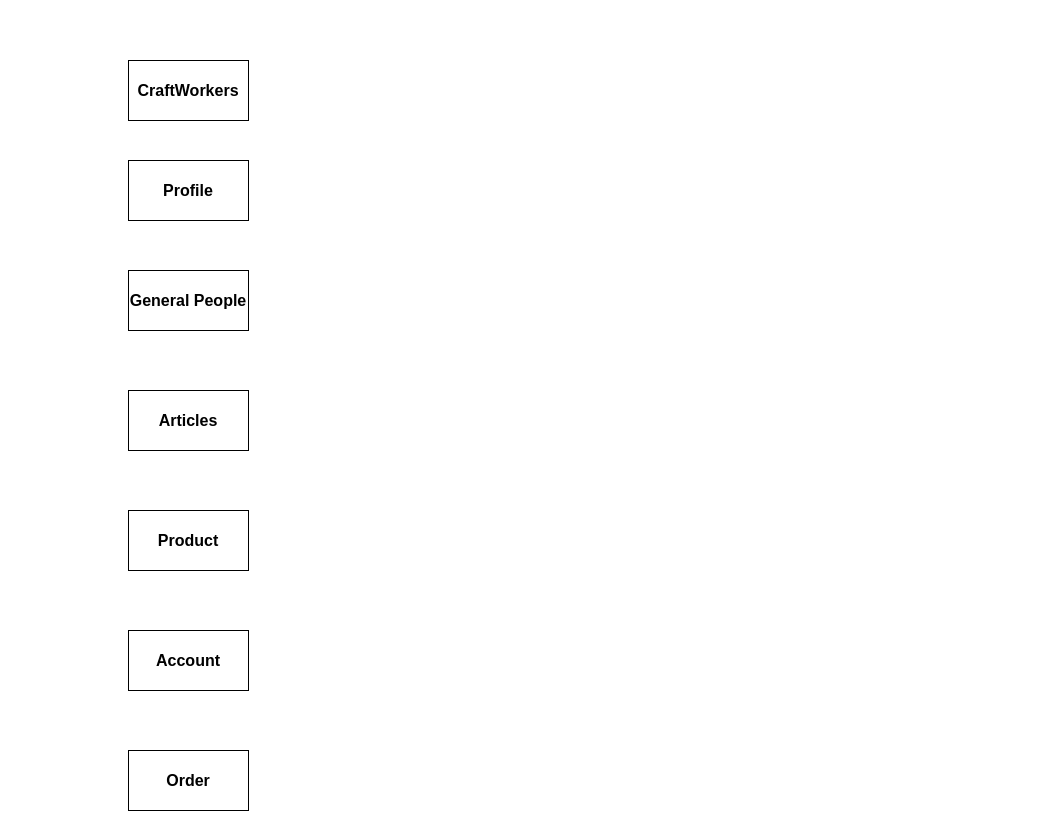
Before: erd.drawio in Fatema-A-Ferdaus/se231, a draw.io diagram. Source tidied: cells renumbered, new cells numbered last; positions are measured from the earlier drawing's top-left corner, leaving out a move shared by most shapes. Both pictures are drawn from the tidied source at 100%, with x=0, y=0 at pixel (128, 60).
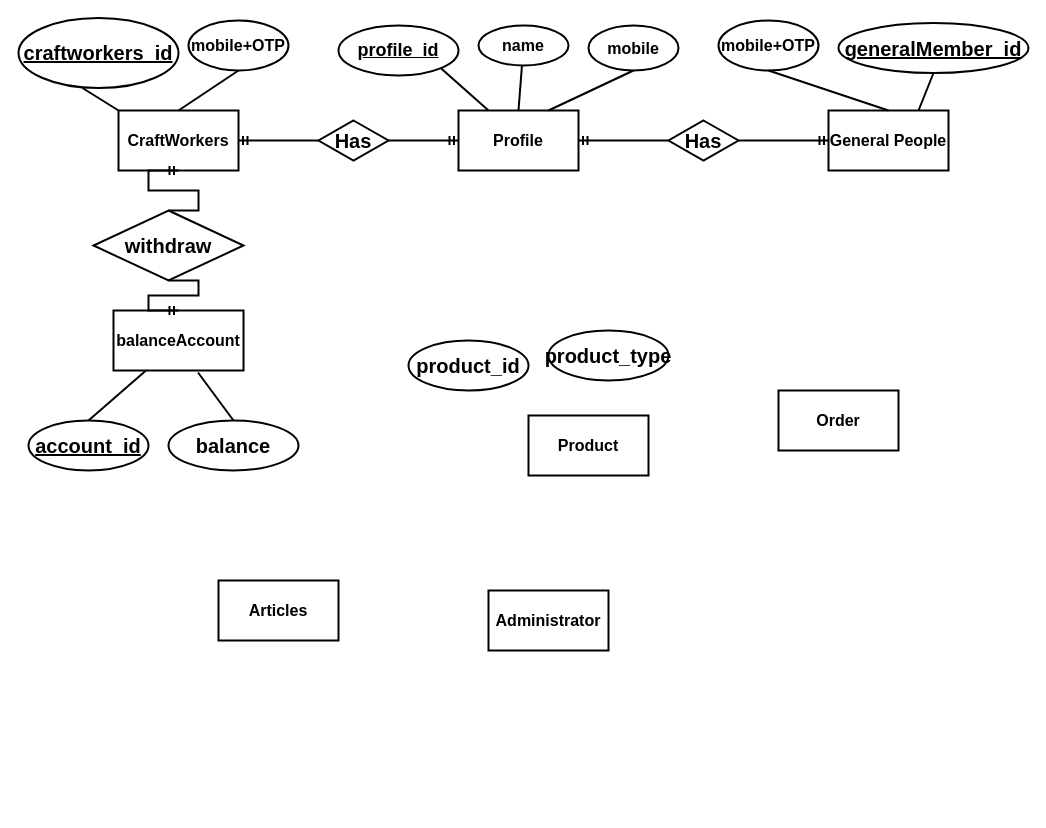
The same diagram, later.

What changed in the source:
```diff
@@
-    <mxCell id="2" value="&lt;b&gt;&lt;font style=&quot;font-size: 16px&quot;&gt;CraftWorkers&lt;/font&gt;&lt;/b&gt;" style="rounded=0;whiteSpace=wrap;html=1;" parent="1" vertex="1">
-      <mxGeometry width="120" height="60" as="geometry" />
+    <mxCell id="2" value="&lt;b&gt;&lt;font style=&quot;font-size: 16px&quot;&gt;CraftWorkers&lt;/font&gt;&lt;/b&gt;" style="rounded=0;whiteSpace=wrap;html=1;strokeWidth=2;" parent="1" vertex="1">
+      <mxGeometry x="-10" y="50" width="120" height="60" as="geometry" />
     </mxCell>
-    <mxCell id="3" value="&lt;font style=&quot;font-size: 16px&quot;&gt;&lt;b&gt;&lt;font style=&quot;font-size: 16px&quot;&gt;Profile&lt;/font&gt;&lt;/b&gt;&lt;/font&gt;" style="rounded=0;whiteSpace=wrap;html=1;fontSize=16;" parent="1" vertex="1">
-      <mxGeometry y="100" width="120" height="60" as="geometry" />
+    <mxCell id="3" value="&lt;font style=&quot;font-size: 16px&quot;&gt;&lt;b&gt;&lt;font style=&quot;font-size: 16px&quot;&gt;Profile&lt;/font&gt;&lt;/b&gt;&lt;/font&gt;" style="rounded=0;whiteSpace=wrap;html=1;fontSize=16;strokeWidth=2;" parent="1" vertex="1">
+      <mxGeometry x="330" y="50" width="120" height="60" as="geometry" />
     </mxCell>
-    <mxCell id="4" value="&lt;b&gt;General People&lt;/b&gt;" style="rounded=0;whiteSpace=wrap;html=1;fontSize=16;" parent="1" vertex="1">
-      <mxGeometry y="210" width="120" height="60" as="geometry" />
+    <mxCell id="4" value="&lt;b&gt;General People&lt;/b&gt;" style="rounded=0;whiteSpace=wrap;html=1;fontSize=16;strokeWidth=2;" parent="1" vertex="1">
+      <mxGeometry x="700" y="50" width="120" height="60" as="geometry" />
     </mxCell>
-    <mxCell id="5" value="&lt;b&gt;Articles&lt;/b&gt;" style="rounded=0;whiteSpace=wrap;html=1;fontSize=16;" parent="1" vertex="1">
-      <mxGeometry y="330" width="120" height="60" as="geometry" />
+    <mxCell id="5" value="&lt;b&gt;Articles&lt;/b&gt;" style="rounded=0;whiteSpace=wrap;html=1;fontSize=16;strokeWidth=2;" parent="1" vertex="1">
+      <mxGeometry x="90" y="520" width="120" height="60" as="geometry" />
     </mxCell>
-    <mxCell id="6" value="&lt;b&gt;Product&lt;/b&gt;" style="rounded=0;whiteSpace=wrap;html=1;fontSize=16;" parent="1" vertex="1">
-      <mxGeometry y="450" width="120" height="60" as="geometry" />
+    <mxCell id="6" value="&lt;b&gt;Product&lt;/b&gt;" style="rounded=0;whiteSpace=wrap;html=1;fontSize=16;strokeWidth=2;" parent="1" vertex="1">
+      <mxGeometry x="400" y="355" width="120" height="60" as="geometry" />
     </mxCell>
-    <mxCell id="7" value="&lt;b&gt;Account&lt;/b&gt;" style="rounded=0;whiteSpace=wrap;html=1;fontSize=16;" parent="1" vertex="1">
-      <mxGeometry y="570" width="120" height="60" as="geometry" />
+    <mxCell id="7" value="&lt;b&gt;balanceAccount&lt;/b&gt;" style="rounded=0;whiteSpace=wrap;html=1;fontSize=16;strokeWidth=2;" parent="1" vertex="1">
+      <mxGeometry x="-15" y="250" width="130" height="60" as="geometry" />
     </mxCell>
-    <mxCell id="8" value="&lt;b&gt;Order&lt;/b&gt;" style="rounded=0;whiteSpace=wrap;html=1;fontSize=16;" parent="1" vertex="1">
-      <mxGeometry y="690" width="120" height="60" as="geometry" />
+    <mxCell id="8" value="&lt;b&gt;Order&lt;/b&gt;" style="rounded=0;whiteSpace=wrap;html=1;fontSize=16;strokeWidth=2;" parent="1" vertex="1">
+      <mxGeometry x="650" y="330" width="120" height="60" as="geometry" />
     </mxCell>
+    <mxCell id="9" value="&lt;b&gt;Administrator&lt;/b&gt;" style="rounded=0;whiteSpace=wrap;html=1;fontSize=16;strokeWidth=2;" parent="1" vertex="1">
+      <mxGeometry x="360" y="530" width="120" height="60" as="geometry" />
+    </mxCell>
+    <mxCell id="10" value="&lt;b&gt;name&lt;/b&gt;" style="ellipse;whiteSpace=wrap;html=1;fontSize=16;strokeWidth=2;" parent="1" vertex="1">
+      <mxGeometry x="350" y="-35" width="90" height="40" as="geometry" />
+    </mxCell>
+    <mxCell id="11" value="&lt;b&gt;mobile&lt;/b&gt;" style="ellipse;whiteSpace=wrap;html=1;fontSize=16;strokeWidth=2;" parent="1" vertex="1">
+      <mxGeometry x="460" y="-35" width="90" height="45" as="geometry" />
+    </mxCell>
+    <mxCell id="12" value="&lt;font style=&quot;font-size: 18px&quot;&gt;&lt;u&gt;&lt;b&gt;profile_id&lt;/b&gt;&lt;/u&gt;&lt;/font&gt;" style="ellipse;whiteSpace=wrap;html=1;fontSize=16;strokeWidth=2;" parent="1" vertex="1">
+      <mxGeometry x="210" y="-35" width="120" height="50" as="geometry" />
+    </mxCell>
+    <mxCell id="13" style="endArrow=none;html=1;rounded=0;fontSize=18;exitX=0.25;exitY=0;exitDx=0;exitDy=0;entryX=1;entryY=1;entryDx=0;entryDy=0;strokeWidth=2;" parent="1" edge="1" source="3" target="12">
+      <mxGeometry relative="1" as="geometry" />
+    </mxCell>
+    <mxCell id="14" style="endArrow=none;html=1;rounded=0;fontSize=18;exitX=0.5;exitY=0;exitDx=0;exitDy=0;strokeWidth=2;" parent="1" edge="1" source="3" target="10">
+      <mxGeometry relative="1" as="geometry" />
+    </mxCell>
+    <mxCell id="15" style="endArrow=none;html=1;rounded=0;fontSize=18;entryX=0.5;entryY=1;entryDx=0;entryDy=0;exitX=0.75;exitY=0;exitDx=0;exitDy=0;strokeWidth=2;" parent="1" edge="1" source="3" target="11">
+      <mxGeometry relative="1" as="geometry" />
+    </mxCell>
+    <mxCell id="16" value="&lt;font style=&quot;font-size: 20px&quot;&gt;&lt;u&gt;&lt;b&gt;craftworkers_id&lt;/b&gt;&lt;/u&gt;&lt;/font&gt;" style="ellipse;whiteSpace=wrap;html=1;fontSize=18;strokeWidth=2;" parent="1" vertex="1">
+      <mxGeometry x="-110" y="-42.5" width="160" height="70" as="geometry" />
+    </mxCell>
+    <mxCell id="17" value="&lt;b&gt;mobile+OTP&lt;/b&gt;" style="ellipse;whiteSpace=wrap;html=1;fontSize=16;strokeWidth=2;" parent="1" vertex="1">
+      <mxGeometry x="60" y="-40" width="100" height="50" as="geometry" />
+    </mxCell>
+    <mxCell id="18" style="endArrow=none;html=1;rounded=0;fontSize=19;exitX=0.4;exitY=1;exitDx=0;exitDy=0;exitPerimeter=0;entryX=0;entryY=0;entryDx=0;entryDy=0;strokeWidth=2;" parent="1" edge="1" source="16" target="2">
+      <mxGeometry relative="1" as="geometry" />
+    </mxCell>
+    <mxCell id="19" style="endArrow=none;html=1;rounded=0;fontSize=19;entryX=0.5;entryY=1;entryDx=0;entryDy=0;exitX=0.5;exitY=0;exitDx=0;exitDy=0;strokeWidth=2;" parent="1" edge="1" source="2" target="17">
+      <mxGeometry relative="1" as="geometry" />
+    </mxCell>
+    <mxCell id="20" value="&lt;u&gt;&lt;b&gt;generalMember_id&lt;/b&gt;&lt;/u&gt;" style="ellipse;whiteSpace=wrap;html=1;fontSize=20;strokeWidth=2;" parent="1" vertex="1">
+      <mxGeometry x="710" y="-37.5" width="190" height="50" as="geometry" />
+    </mxCell>
+    <mxCell id="21" style="endArrow=none;html=1;rounded=0;fontSize=20;entryX=0.75;entryY=0;entryDx=0;entryDy=0;exitX=0.5;exitY=1;exitDx=0;exitDy=0;strokeWidth=2;" parent="1" edge="1" source="20" target="4">
+      <mxGeometry relative="1" as="geometry" />
+    </mxCell>
+    <mxCell id="22" value="&lt;b&gt;mobile+OTP&lt;/b&gt;" style="ellipse;whiteSpace=wrap;html=1;fontSize=16;strokeWidth=2;" parent="1" vertex="1">
+      <mxGeometry x="590" y="-40" width="100" height="50" as="geometry" />
+    </mxCell>
+    <mxCell id="23" style="endArrow=none;html=1;rounded=0;fontSize=20;exitX=0.5;exitY=1;exitDx=0;exitDy=0;entryX=0.5;entryY=0;entryDx=0;entryDy=0;strokeWidth=2;" parent="1" edge="1" source="22" target="4">
+      <mxGeometry relative="1" as="geometry" />
+    </mxCell>
+    <mxCell id="24" value="&lt;u&gt;&lt;b&gt;account_id&lt;/b&gt;&lt;/u&gt;" style="ellipse;whiteSpace=wrap;html=1;fontSize=20;strokeWidth=2;" parent="1" vertex="1">
+      <mxGeometry x="-100" y="360" width="120" height="50" as="geometry" />
+    </mxCell>
+    <mxCell id="25" value="&lt;b&gt;balance&lt;/b&gt;" style="ellipse;whiteSpace=wrap;html=1;fontSize=20;strokeWidth=2;" parent="1" vertex="1">
+      <mxGeometry x="40" y="360" width="130" height="50" as="geometry" />
+    </mxCell>
+    <mxCell id="26" style="endArrow=none;html=1;rounded=0;fontSize=20;entryX=0.25;entryY=1;entryDx=0;entryDy=0;exitX=0.5;exitY=0;exitDx=0;exitDy=0;strokeWidth=2;" parent="1" edge="1" source="24" target="7">
+      <mxGeometry relative="1" as="geometry" />
+    </mxCell>
+    <mxCell id="27" style="endArrow=none;html=1;rounded=0;fontSize=20;entryX=0.65;entryY=1.033;entryDx=0;entryDy=0;entryPerimeter=0;exitX=0.5;exitY=0;exitDx=0;exitDy=0;strokeWidth=2;" parent="1" edge="1" source="25" target="7">
+      <mxGeometry relative="1" as="geometry" />
+    </mxCell>
+    <mxCell id="28" style="edgeStyle=entityRelationEdgeStyle;fontSize=12;html=1;endArrow=ERmandOne;startArrow=none;rounded=0;exitX=1;exitY=0.5;exitDx=0;exitDy=0;entryX=0;entryY=0.5;entryDx=0;entryDy=0;strokeWidth=2;" parent="1" edge="1" source="29" target="3">
+      <mxGeometry relative="1" as="geometry" />
+    </mxCell>
+    <mxCell id="29" value="&lt;b&gt;Has&lt;/b&gt;" style="rhombus;whiteSpace=wrap;html=1;fontSize=20;strokeWidth=2;" parent="1" vertex="1">
+      <mxGeometry x="190" y="60" width="70" height="40" as="geometry" />
+    </mxCell>
+    <mxCell id="30" style="edgeStyle=entityRelationEdgeStyle;fontSize=12;html=1;endArrow=none;startArrow=ERmandOne;rounded=0;exitX=1;exitY=0.5;exitDx=0;exitDy=0;entryX=0;entryY=0.5;entryDx=0;entryDy=0;strokeWidth=2;" parent="1" edge="1" source="2" target="29">
+      <mxGeometry relative="1" as="geometry" />
+    </mxCell>
+    <mxCell id="31" style="edgeStyle=entityRelationEdgeStyle;fontSize=12;html=1;endArrow=ERmandOne;startArrow=none;rounded=0;exitX=1;exitY=0.5;exitDx=0;exitDy=0;entryX=0;entryY=0.5;entryDx=0;entryDy=0;strokeWidth=2;" parent="1" edge="1" source="32" target="4">
+      <mxGeometry relative="1" as="geometry" />
+    </mxCell>
+    <mxCell id="32" value="&lt;b&gt;Has&lt;/b&gt;" style="rhombus;whiteSpace=wrap;html=1;fontSize=20;strokeWidth=2;" parent="1" vertex="1">
+      <mxGeometry x="540" y="60" width="70" height="40" as="geometry" />
+    </mxCell>
+    <mxCell id="33" style="edgeStyle=entityRelationEdgeStyle;fontSize=12;html=1;endArrow=none;startArrow=ERmandOne;rounded=0;exitX=1;exitY=0.5;exitDx=0;exitDy=0;entryX=0;entryY=0.5;entryDx=0;entryDy=0;strokeWidth=2;" parent="1" edge="1" source="3" target="32">
+      <mxGeometry relative="1" as="geometry" />
+    </mxCell>
+    <mxCell id="34" style="edgeStyle=entityRelationEdgeStyle;fontSize=12;html=1;endArrow=ERmandOne;startArrow=none;rounded=0;entryX=0.5;entryY=1;entryDx=0;entryDy=0;exitX=0.5;exitY=0;exitDx=0;exitDy=0;strokeWidth=2;" parent="1" edge="1" source="35" target="2">
+      <mxGeometry relative="1" as="geometry" />
+    </mxCell>
+    <mxCell id="35" value="&lt;b&gt;withdraw&lt;/b&gt;" style="rhombus;whiteSpace=wrap;html=1;fontSize=20;strokeWidth=2;" parent="1" vertex="1">
+      <mxGeometry x="-35" y="150" width="150" height="70" as="geometry" />
+    </mxCell>
+    <mxCell id="36" style="edgeStyle=entityRelationEdgeStyle;fontSize=12;html=1;endArrow=none;startArrow=ERmandOne;rounded=0;entryX=0.5;entryY=1;entryDx=0;entryDy=0;exitX=0.5;exitY=0;exitDx=0;exitDy=0;strokeWidth=2;" parent="1" edge="1" source="7" target="35">
+      <mxGeometry relative="1" as="geometry" />
+    </mxCell>
+    <mxCell id="37" value="&lt;b&gt;product_id&lt;/b&gt;" style="ellipse;whiteSpace=wrap;html=1;fontSize=20;strokeWidth=2;" parent="1" vertex="1">
+      <mxGeometry x="280" y="280" width="120" height="50" as="geometry" />
+    </mxCell>
+    <mxCell id="38" value="&lt;b&gt;product_type&lt;/b&gt;" style="ellipse;whiteSpace=wrap;html=1;fontSize=20;strokeWidth=2;" parent="1" vertex="1">
+      <mxGeometry x="420" y="270" width="120" height="50" as="geometry" />
+    </mxCell>
```
